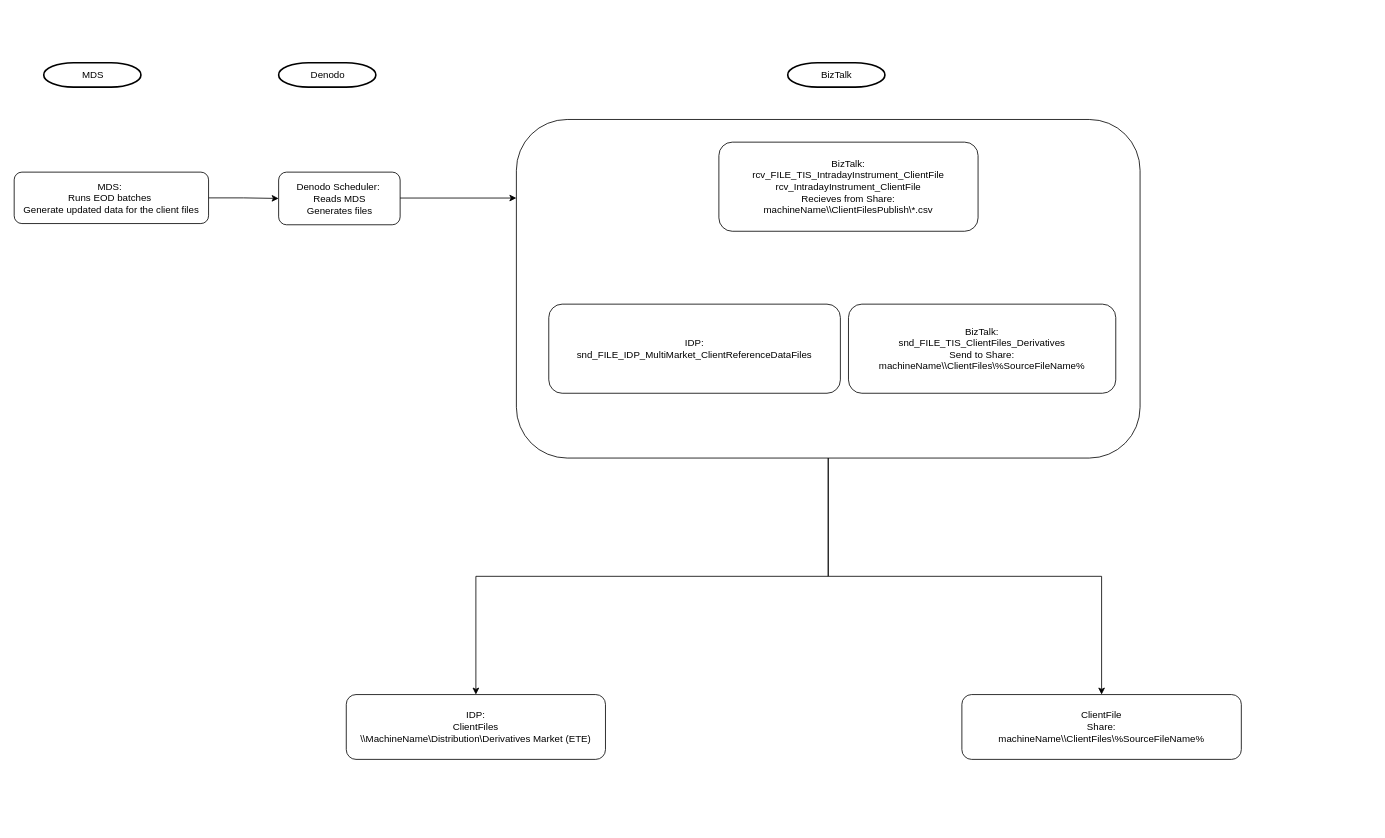
The draw.io diagram page "EOD" (3 of 3) of ClientFiles.drawio in ByMadiba/Sandbox, before the edit. Source tidied: cells renumbered, new cells numbered last; positions are measured from the earlier drawing's top-left corner, leaving out a move shared by most shapes. Both pictures are drawn from the tidied source at 81%, with x=0, y=0 at pixel (14, 62).
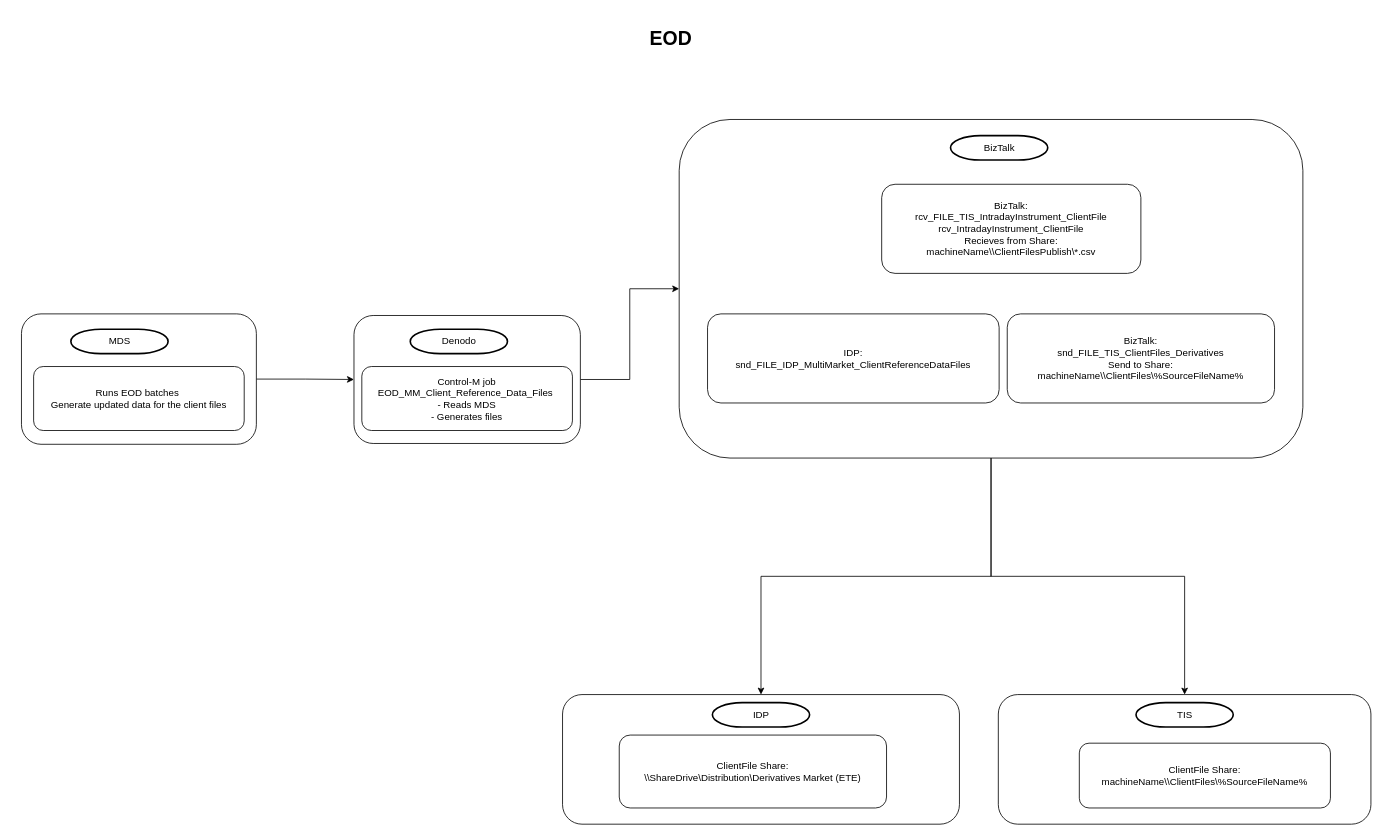
After the change.

Diff of the diagram source:
```diff
@@
-    <mxCell id="2" value="MDS" style="shape=mxgraph.flowchart.terminator;strokeWidth=2;gradientColor=none;gradientDirection=north;fontStyle=0;html=1;" parent="1" vertex="1">
-      <mxGeometry x="36.5" width="120" height="30" as="geometry" />
-    </mxCell>
+    <mxCell id="17" style="edgeStyle=orthogonalEdgeStyle;rounded=0;jettySize=auto;html=1;" parent="1" edge="1" source="3" target="10">
+      <mxGeometry relative="1" as="geometry" />
+    </mxCell>
-    <mxCell id="3" value="Denodo Scheduler:&amp;nbsp;&lt;br style=&quot;border-color: var(--border-color);&quot;&gt;&lt;span style=&quot;&quot;&gt;Reads MDS&lt;/span&gt;&lt;br style=&quot;border-color: var(--border-color);&quot;&gt;&lt;span style=&quot;&quot;&gt;Generates files&lt;/span&gt;" style="rounded=1;whiteSpace=wrap;html=1;" parent="1" vertex="1">
-      <mxGeometry x="326.5" y="135" width="150" height="65" as="geometry" />
+    <mxCell id="3" style="rounded=1;whiteSpace=wrap;html=1;" parent="1" vertex="1">
+      <mxGeometry x="419.5" y="312" width="279.5" height="158" as="geometry" />
     </mxCell>
@@
-    <mxCell id="5" value="MDS:&amp;nbsp;&lt;div style=&quot;border-color: var(--border-color);&quot;&gt;Runs EOD batches&amp;nbsp;&lt;/div&gt;&lt;div style=&quot;border-color: var(--border-color);&quot;&gt;Generate updated data for the client files&lt;/div&gt;" style="rounded=1;whiteSpace=wrap;html=1;" parent="1" vertex="1">
-      <mxGeometry y="135" width="240" height="63.5" as="geometry" />
+    <mxCell id="5" style="rounded=1;whiteSpace=wrap;html=1;" parent="1" vertex="1">
+      <mxGeometry x="9" y="310" width="290" height="161" as="geometry" />
     </mxCell>
     <mxCell id="6" value="Denodo" style="shape=mxgraph.flowchart.terminator;strokeWidth=2;gradientColor=none;gradientDirection=north;fontStyle=0;html=1;" parent="1" vertex="1">
-      <mxGeometry x="326.5" width="120" height="30" as="geometry" />
+      <mxGeometry x="489" y="329" width="120" height="30" as="geometry" />
     </mxCell>
-    <mxCell id="7" value="IDP:&lt;br style=&quot;border-color: var(--border-color);&quot;&gt;&lt;span style=&quot;&quot;&gt;ClientFiles&lt;br&gt;\\MachineName\Distribution\Derivatives Market (ETE)&lt;br&gt;&lt;/span&gt;" style="rounded=1;whiteSpace=wrap;html=1;" parent="1" vertex="1">
-      <mxGeometry x="410" y="780" width="320" height="80" as="geometry" />
+    <mxCell id="7" value="&lt;span style=&quot;&quot;&gt;&lt;br&gt;&lt;/span&gt;" style="rounded=1;whiteSpace=wrap;html=1;" parent="1" vertex="1">
+      <mxGeometry x="677" y="780" width="490" height="160" as="geometry" />
     </mxCell>
@@
     <mxCell id="10" style="rounded=1;whiteSpace=wrap;html=1;" parent="1" vertex="1">
-      <mxGeometry x="620" y="70" width="770" height="418" as="geometry" />
+      <mxGeometry x="821" y="70" width="770" height="418" as="geometry" />
     </mxCell>
     <mxCell id="11" value="BizTalk:&lt;br style=&quot;border-color: var(--border-color);&quot;&gt;&lt;span style=&quot;&quot;&gt;rcv_FILE_TIS_IntradayInstrument_ClientFile&lt;/span&gt;&lt;br style=&quot;border-color: var(--border-color);&quot;&gt;&lt;span style=&quot;&quot;&gt;rcv_IntradayInstrument_ClientFile&lt;/span&gt;&lt;br style=&quot;border-color: var(--border-color);&quot;&gt;&lt;span style=&quot;&quot;&gt;Recieves from Share:&lt;/span&gt;&lt;br style=&quot;border-color: var(--border-color);&quot;&gt;&lt;span style=&quot;&quot;&gt;machineName\\ClientFilesPublish\*.csv&lt;/span&gt;" style="rounded=1;whiteSpace=wrap;html=1;" parent="1" vertex="1">
-      <mxGeometry x="870" y="98" width="320" height="110" as="geometry" />
+      <mxGeometry x="1071" y="150" width="320" height="110" as="geometry" />
     </mxCell>
     <mxCell id="12" value="BizTalk" style="shape=mxgraph.flowchart.terminator;strokeWidth=2;gradientColor=none;gradientDirection=north;fontStyle=0;html=1;" parent="1" vertex="1">
-      <mxGeometry x="955" width="120" height="30" as="geometry" />
+      <mxGeometry x="1156" y="90" width="120" height="30" as="geometry" />
     </mxCell>
     <mxCell id="13" value="BizTalk:&lt;br style=&quot;border-color: var(--border-color);&quot;&gt;&lt;span style=&quot;&quot;&gt;snd_FILE_TIS_ClientFiles_Derivatives&lt;/span&gt;&lt;br style=&quot;border-color: var(--border-color);&quot;&gt;&lt;span style=&quot;&quot;&gt;Send to Share:&lt;/span&gt;&lt;br style=&quot;border-color: var(--border-color);&quot;&gt;&lt;span style=&quot;&quot;&gt;machineName\\ClientFiles\%SourceFileName%&lt;/span&gt;" style="rounded=1;whiteSpace=wrap;html=1;" parent="1" vertex="1">
-      <mxGeometry x="1030" y="298" width="330" height="110" as="geometry" />
+      <mxGeometry x="1226" y="310" width="330" height="110" as="geometry" />
     </mxCell>
     <mxCell id="14" value="IDP:&lt;br style=&quot;border-color: var(--border-color);&quot;&gt;&lt;span style=&quot;&quot;&gt;snd_FILE_IDP_MultiMarket_ClientReferenceDataFiles&lt;/span&gt;" style="rounded=1;whiteSpace=wrap;html=1;" parent="1" vertex="1">
-      <mxGeometry x="660" y="298" width="360" height="110" as="geometry" />
+      <mxGeometry x="856" y="310" width="360" height="110" as="geometry" />
     </mxCell>
-    <mxCell id="15" value="ClientFile&lt;br style=&quot;border-color: var(--border-color);&quot;&gt;&lt;span style=&quot;&quot;&gt;Share:&lt;/span&gt;&lt;br style=&quot;border-color: var(--border-color);&quot;&gt;&lt;span style=&quot;&quot;&gt;machineName\\ClientFiles\%SourceFileName%&lt;/span&gt;" style="rounded=1;whiteSpace=wrap;html=1;" parent="1" vertex="1">
-      <mxGeometry x="1170" y="780" width="345" height="80" as="geometry" />
+    <mxCell id="15" style="rounded=1;whiteSpace=wrap;html=1;" parent="1" vertex="1">
+      <mxGeometry x="1215" y="780" width="460" height="160" as="geometry" />
     </mxCell>
-    <mxCell id="16" style="edgeStyle=orthogonalEdgeStyle;rounded=0;jettySize=auto;html=1;" parent="1" edge="1" source="3">
-      <mxGeometry relative="1" as="geometry">
-        <mxPoint x="620" y="167" as="targetPoint" />
-      </mxGeometry>
-    </mxCell>
+    <mxCell id="18" value="ClientFile&amp;nbsp;Share:&lt;br style=&quot;border-color: var(--border-color);&quot;&gt;\\ShareDrive\Distribution\Derivatives Market (ETE)" style="rounded=1;whiteSpace=wrap;html=1;" parent="1" vertex="1">
+      <mxGeometry x="747" y="830" width="330" height="90" as="geometry" />
+    </mxCell>
+    <mxCell id="19" value="IDP" style="shape=mxgraph.flowchart.terminator;strokeWidth=2;gradientColor=none;gradientDirection=north;fontStyle=0;html=1;" parent="1" vertex="1">
+      <mxGeometry x="862" y="790" width="120" height="30" as="geometry" />
+    </mxCell>
+    <mxCell id="20" value="ClientFile Share:&lt;br style=&quot;border-color: var(--border-color);&quot;&gt;&lt;span style=&quot;border-color: var(--border-color);&quot;&gt;machineName\\ClientFiles\%SourceFileName%&lt;/span&gt;" style="rounded=1;whiteSpace=wrap;html=1;" parent="1" vertex="1">
+      <mxGeometry x="1315" y="840" width="310" height="80" as="geometry" />
+    </mxCell>
+    <mxCell id="21" value="TIS" style="shape=mxgraph.flowchart.terminator;strokeWidth=2;gradientColor=none;gradientDirection=north;fontStyle=0;html=1;" parent="1" vertex="1">
+      <mxGeometry x="1385" y="790" width="120" height="30" as="geometry" />
+    </mxCell>
+    <mxCell id="22" value="&lt;div style=&quot;border-color: var(--border-color);&quot;&gt;Runs EOD batches&amp;nbsp;&lt;/div&gt;&lt;div style=&quot;border-color: var(--border-color);&quot;&gt;Generate updated data for the client files&lt;/div&gt;" style="rounded=1;whiteSpace=wrap;html=1;" parent="1" vertex="1">
+      <mxGeometry x="24" y="375" width="260" height="79" as="geometry" />
+    </mxCell>
+    <mxCell id="2" value="MDS" style="shape=mxgraph.flowchart.terminator;strokeWidth=2;gradientColor=none;gradientDirection=north;fontStyle=0;html=1;" parent="1" vertex="1">
+      <mxGeometry x="70" y="329" width="120" height="30" as="geometry" />
+    </mxCell>
+    <mxCell id="23" value="Control-M job&lt;br&gt;EOD_MM_Client_Reference_Data_Files&amp;nbsp;&lt;br style=&quot;border-color: var(--border-color);&quot;&gt;- Reads MDS&lt;br style=&quot;border-color: var(--border-color);&quot;&gt;&lt;span style=&quot;border-color: var(--border-color);&quot;&gt;- Generates files&lt;/span&gt;" style="rounded=1;whiteSpace=wrap;html=1;" parent="1" vertex="1">
+      <mxGeometry x="429.2" y="375" width="260" height="79" as="geometry" />
+    </mxCell>
+    <mxCell id="24" value="&lt;h1&gt;EOD&lt;/h1&gt;" style="text;html=1;spacing=5;spacingTop=-20;whiteSpace=wrap;overflow=hidden;rounded=0;" parent="1" vertex="1">
+      <mxGeometry x="780" y="-50" width="60" height="40" as="geometry" />
+    </mxCell>
```
